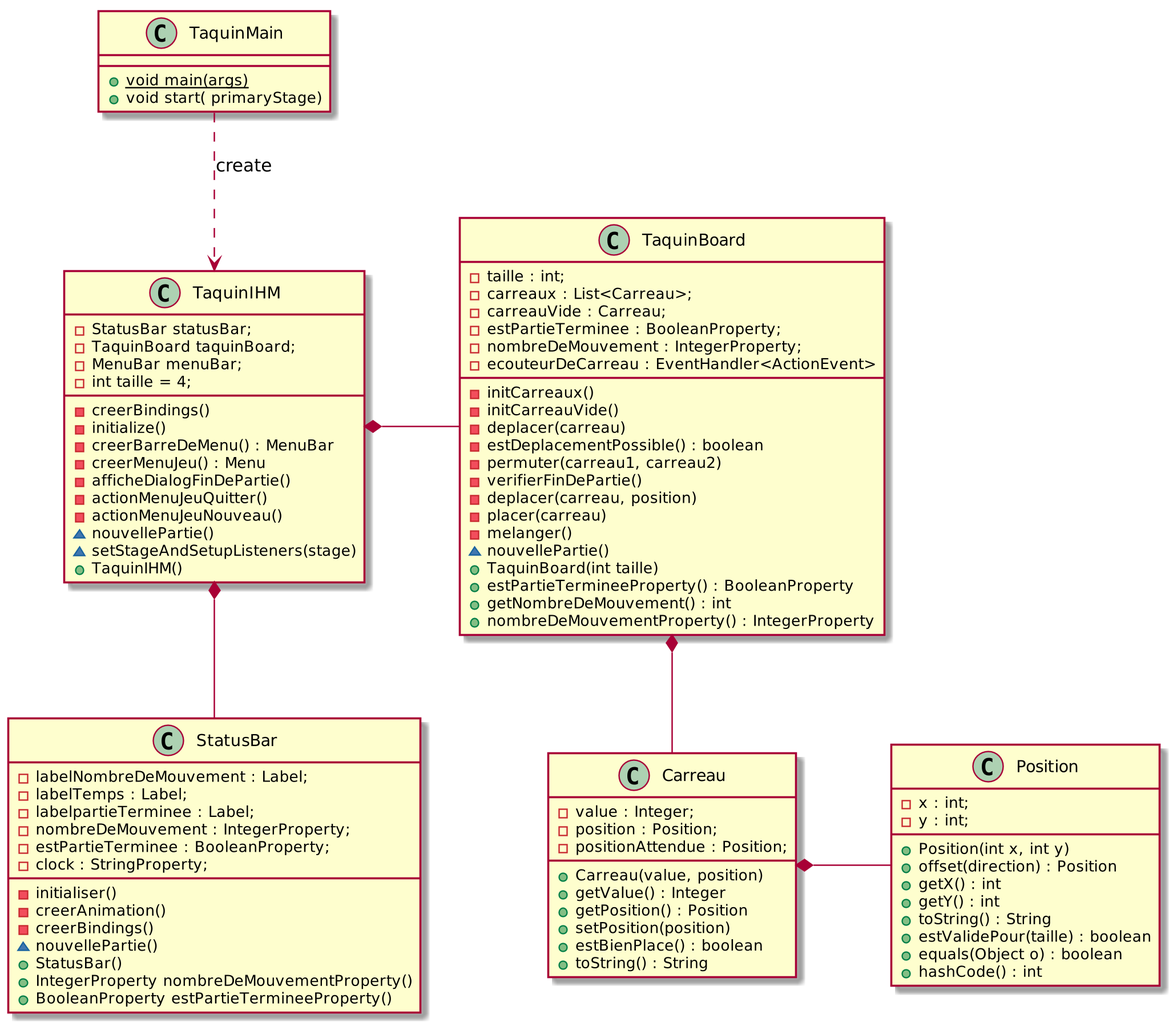
Earlier version of the PlantUML export src/main/resources/diagram.png (deborah-jabes/TestIHM2017).
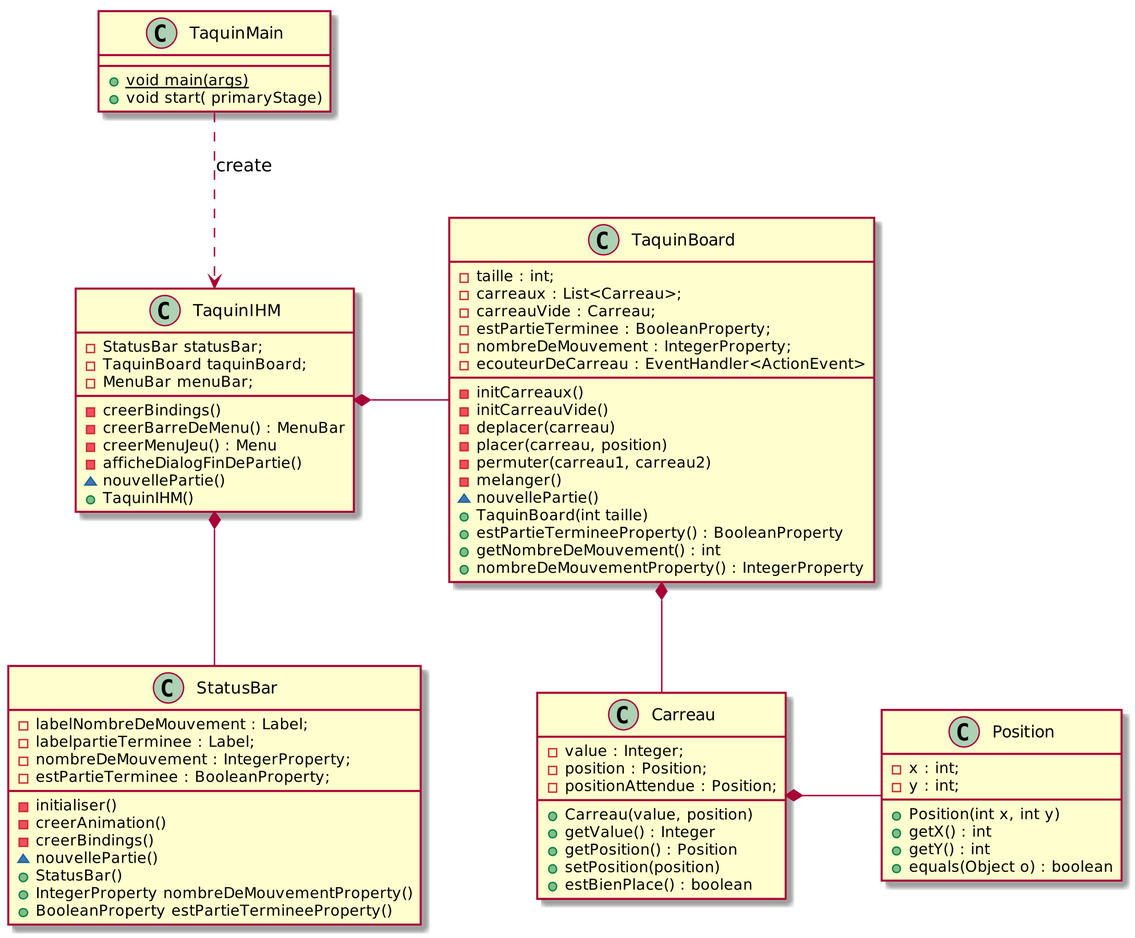
After the commit.

Commit message:
Correction UML

What changed in the source:
```diff
@@ -8,30 +8,22 @@
     + getPosition() : Position
     + setPosition(position)
     + estBienPlace() : boolean
-    + toString() : String
 }
 
 class Position {
     - x : int;
     - y : int;
     + Position(int x, int y)
-    + offset(direction) : Position
     + getX() : int
     + getY() : int
-    + toString() : String
-    + estValidePour(taille) : boolean
     + equals(Object o) : boolean
-    + hashCode() : int
 }
 
 class StatusBar {
     - labelNombreDeMouvement : Label;
-    - labelTemps : Label;
     - labelpartieTerminee : Label;
     - nombreDeMouvement : IntegerProperty;
     - estPartieTerminee : BooleanProperty;
-    - clock : StringProperty;
-
     - initialiser()
     - creerAnimation()
     - creerBindings()
@@ -55,11 +47,8 @@
     - initCarreaux()
     - initCarreauVide()
     - deplacer(carreau)
-    - estDeplacementPossible() : boolean
+    - placer(carreau, position)
     - permuter(carreau1, carreau2)
-    - verifierFinDePartie()
-    - deplacer(carreau, position)
-    - placer(carreau)
     - melanger()
     ~ nouvellePartie()
     + TaquinBoard(int taille)
@@ -72,17 +61,11 @@
     - StatusBar statusBar;
     - TaquinBoard taquinBoard;
     - MenuBar menuBar;
-    - int taille = 4;
-
     - creerBindings()
-    - initialize()
     - creerBarreDeMenu() : MenuBar
     - creerMenuJeu() : Menu
     - afficheDialogFinDePartie()
-    - actionMenuJeuQuitter()
-    - actionMenuJeuNouveau()
     ~ nouvellePartie()
-    ~ setStageAndSetupListeners(stage)
     + TaquinIHM()
 }
 
```
